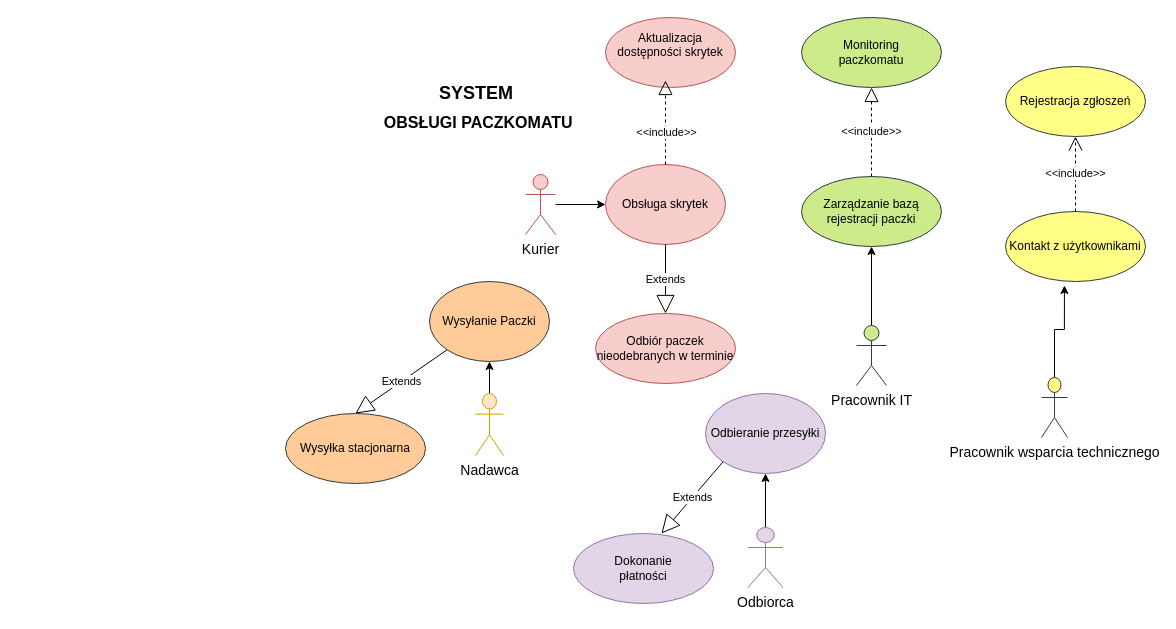
Earlier version of the draw.io diagram diagram.drawio (mardyr/UML-and-diagrams). Source tidied: cells renumbered, new cells numbered last; positions are measured from the earlier drawing's top-left corner, leaving out a move shared by most shapes. Both pictures are drawn from the tidied source at 100%, with x=0, y=0 at pixel (117, 17).
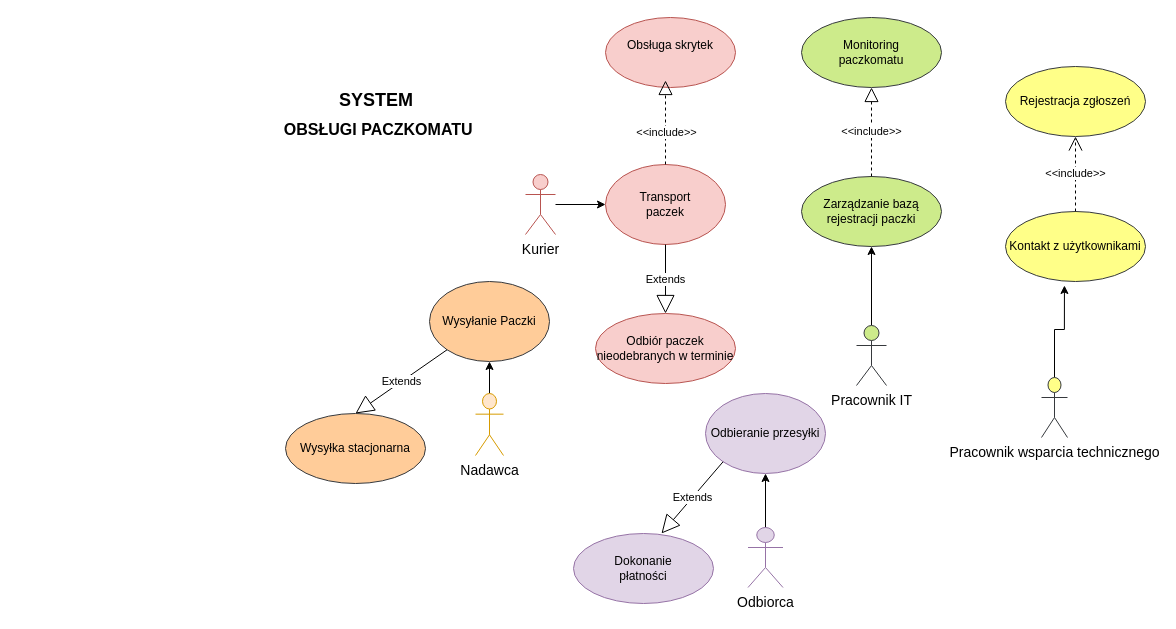
Above is the later version.

The edit, as a diff of the source:
```diff
@@
-    <mxCell id="7" value="Obsługa skrytek" style="ellipse;whiteSpace=wrap;html=1;strokeWidth=1;fontSize=12;fillColor=#f8cecc;strokeColor=#b85450;" parent="1" vertex="1">
+    <mxCell id="7" value="&lt;div&gt;Transport &lt;br&gt;&lt;/div&gt;&lt;div&gt;paczek&lt;br&gt;&lt;/div&gt;" style="ellipse;whiteSpace=wrap;html=1;strokeWidth=1;fontSize=12;fillColor=#f8cecc;strokeColor=#b85450;" parent="1" vertex="1">
       <mxGeometry x="488" y="147" width="120" height="80" as="geometry" />
     </mxCell>
-    <mxCell id="8" value="&lt;div&gt;Aktualizacja dostępności skrytek&lt;/div&gt;&lt;div&gt;&lt;br&gt;&lt;/div&gt;" style="ellipse;whiteSpace=wrap;html=1;fillColor=#f8cecc;strokeColor=#b85450;" parent="1" vertex="1">
+    <mxCell id="8" value="&lt;div&gt;Obsługa skrytek&lt;br&gt;&lt;/div&gt;&lt;div&gt;&lt;br&gt;&lt;/div&gt;" style="ellipse;whiteSpace=wrap;html=1;fillColor=#f8cecc;strokeColor=#b85450;" parent="1" vertex="1">
       <mxGeometry x="488" width="130" height="70" as="geometry" />
     </mxCell>
@@
     <mxCell id="14" value="&lt;div&gt;&lt;b&gt;&lt;font style=&quot;font-size: 12px&quot;&gt;&lt;font style=&quot;font-size: 51px&quot;&gt;&lt;font style=&quot;font-size: 18px&quot;&gt;SYSTEM&lt;/font&gt;&lt;br&gt;&lt;/font&gt;&lt;/font&gt;&lt;/b&gt;&lt;/div&gt;&lt;b&gt;&lt;font size=&quot;3&quot;&gt;&amp;nbsp;OBSŁUGI PACZKOMATU&lt;/font&gt;&lt;/b&gt;" style="text;html=1;strokeColor=none;fillColor=none;align=center;verticalAlign=middle;whiteSpace=wrap;rounded=0;" parent="1" vertex="1">
-      <mxGeometry y="41.5" width="718" height="64" as="geometry" />
+      <mxGeometry x="-100" y="49" width="718" height="64" as="geometry" />
     </mxCell>
```
